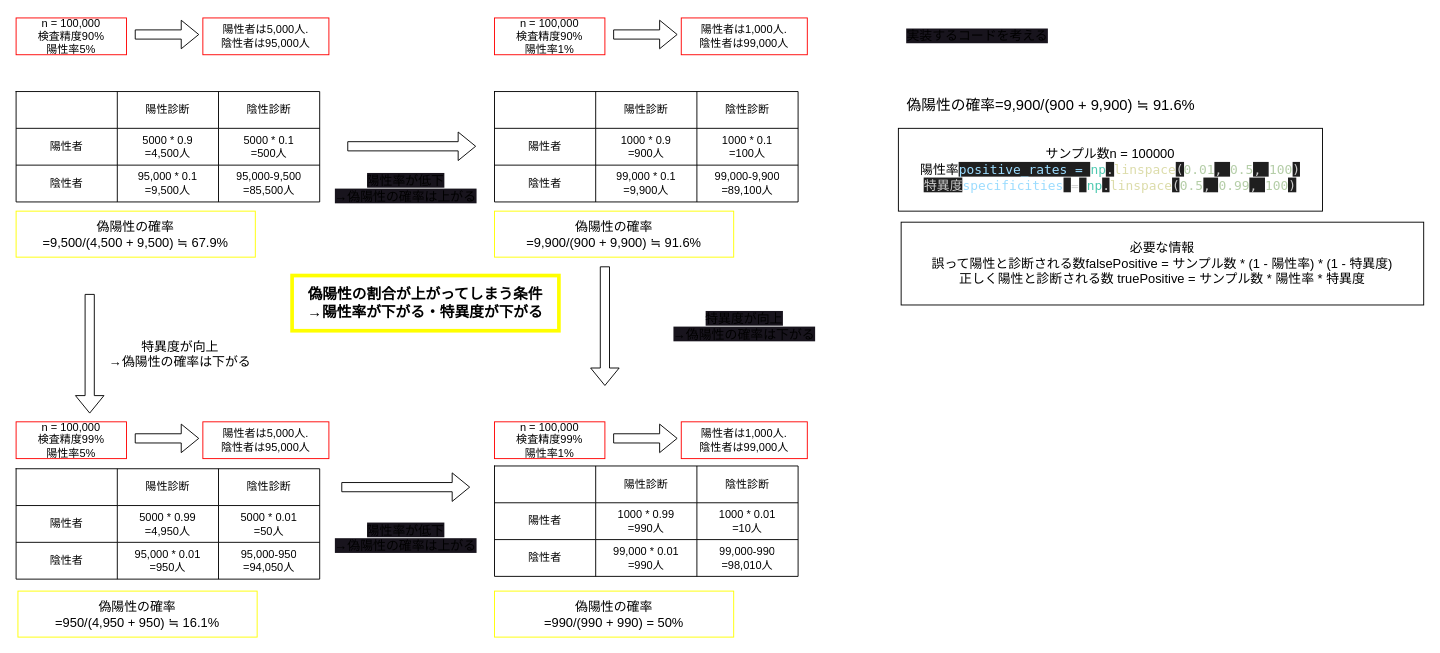
The draw.io diagram page "条件付き確率" (3 of 3) of graph.dio in I-Kouta/Python2, before the edit. Source tidied: cells renumbered, new cells numbered last; positions are measured from the earlier drawing's top-left corner, leaving out a move shared by most shapes. Both pictures are drawn from the tidied source at 92%, with x=0, y=0 at pixel (16, 17).
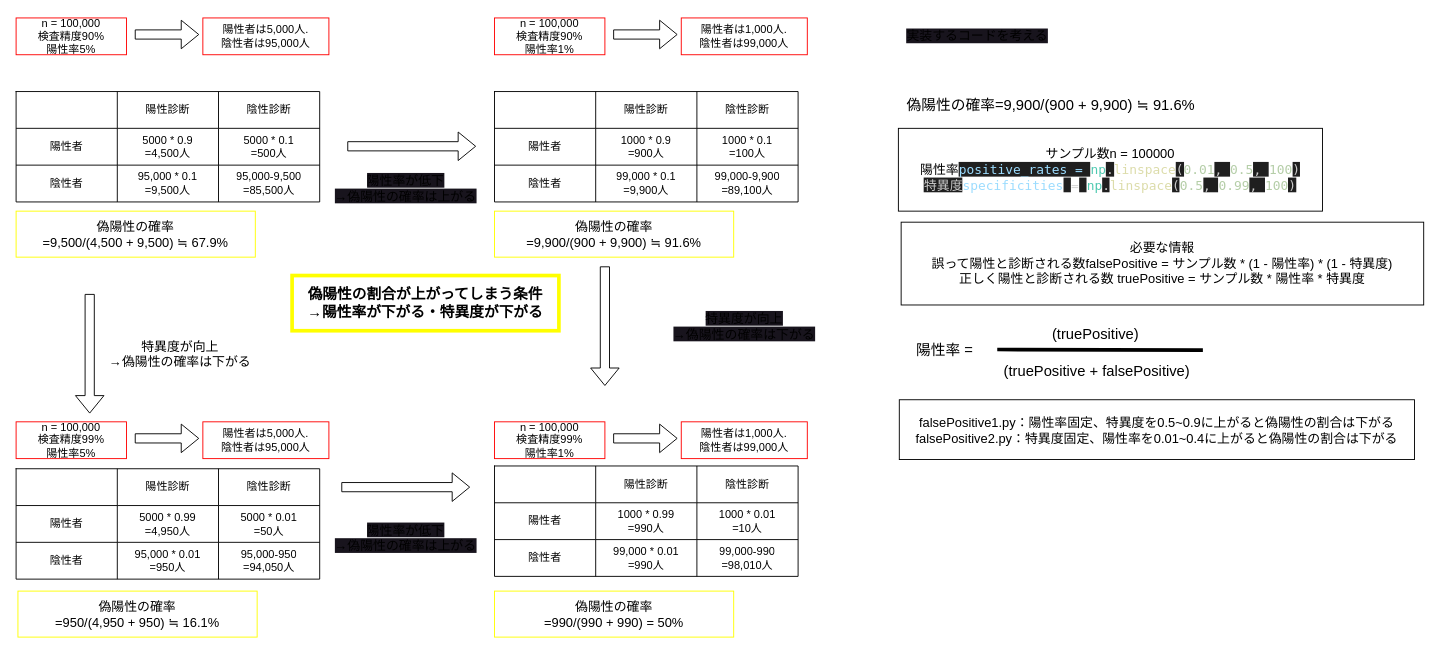
Above is the later version.

The edit, as a diff of the source:
```diff
@@
+    <mxCell id="83" value="&lt;span style=&quot;font-size: 16px;&quot;&gt;陽性率 =&lt;/span&gt;" style="text;html=1;strokeColor=none;fillColor=none;align=center;verticalAlign=middle;whiteSpace=wrap;rounded=0;fontSize=16;" parent="1" vertex="1">
+      <mxGeometry x="969" y="346" width="81" height="30" as="geometry" />
+    </mxCell>
+    <mxCell id="84" value="&lt;span style=&quot;font-size: 16px;&quot;&gt;(truePositive)&lt;/span&gt;" style="text;html=1;strokeColor=none;fillColor=none;align=center;verticalAlign=middle;whiteSpace=wrap;rounded=0;fontSize=16;" parent="1" vertex="1">
+      <mxGeometry x="1133" y="328" width="81" height="30" as="geometry" />
+    </mxCell>
+    <mxCell id="85" value="&lt;span style=&quot;font-size: 16px;&quot;&gt;(truePositive + falsePositive)&lt;/span&gt;" style="text;html=1;strokeColor=none;fillColor=none;align=center;verticalAlign=middle;whiteSpace=wrap;rounded=0;fontSize=16;" parent="1" vertex="1">
+      <mxGeometry x="1060" y="369" width="230" height="30" as="geometry" />
+    </mxCell>
+    <mxCell id="86" style="endArrow=none;html=1;fontSize=16;strokeWidth=4;" parent="1" edge="1">
+      <mxGeometry relative="1" as="geometry">
+        <mxPoint x="1066.5" y="360.4" as="sourcePoint" />
+        <mxPoint x="1290" y="361" as="targetPoint" />
+      </mxGeometry>
+    </mxCell>
+    <mxCell id="87" value="&lt;span style=&quot;font-size: 14px;&quot;&gt;falsePositive1.py：陽性率固定、特異度を0.5~0.9に上がると偽陽性の割合は下がる&lt;br&gt;&lt;/span&gt;&lt;span style=&quot;font-size: 14px;&quot;&gt;falsePositive2.py：特異度固定、陽性率を0.01~0.4に上がると偽陽性の割合は下がる&lt;/span&gt;&lt;span style=&quot;font-size: 14px;&quot;&gt;&lt;br&gt;&lt;/span&gt;" style="text;html=1;strokeColor=default;fillColor=none;align=center;verticalAlign=middle;whiteSpace=wrap;rounded=0;" parent="1" vertex="1">
+      <mxGeometry x="960" y="415" width="560" height="65" as="geometry" />
+    </mxCell>
```
